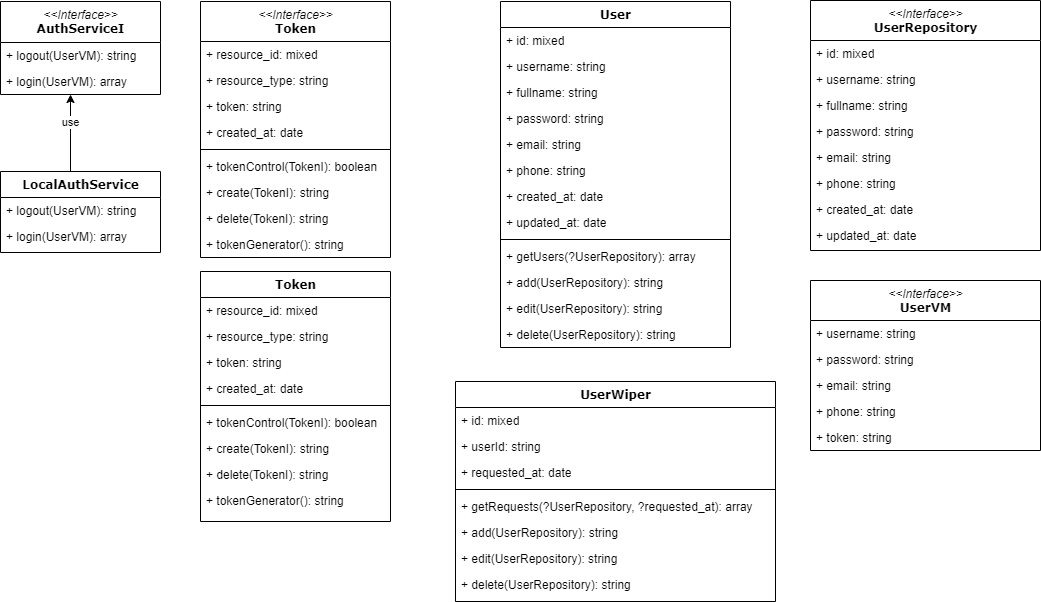
The draw.io diagram UML/Auth, User Diagram.drawio.png in hasanuyanik/news-web-app, before a commit. Source tidied: cells renumbered, new cells last; positions are measured from the earlier drawing's top-left corner, leaving out a move shared by most shapes.
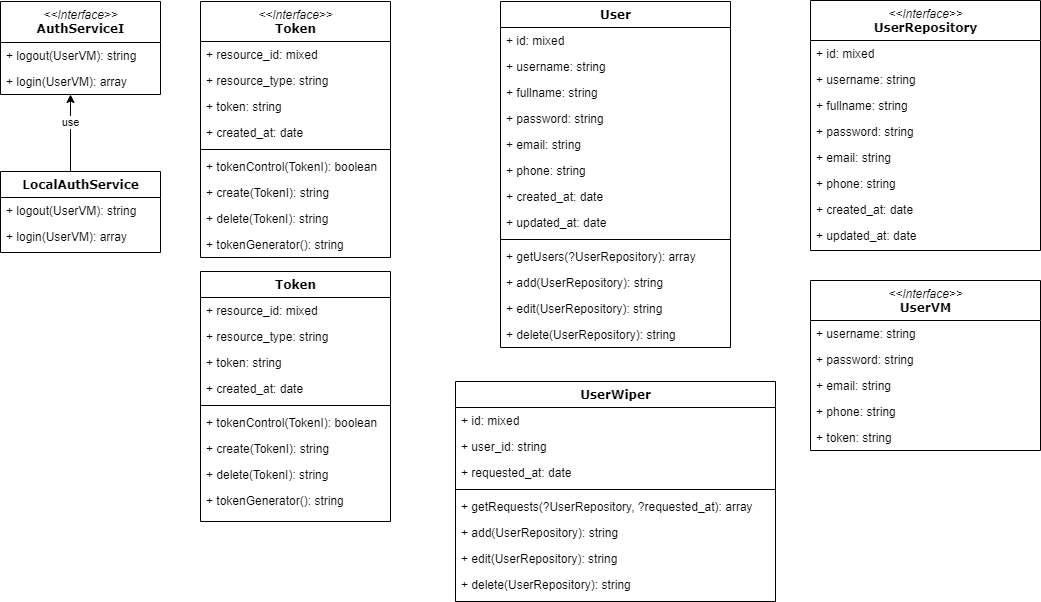
Later version of the same file.

What changed in the source:
```diff
@@ -109,7 +109,7 @@
     <mxCell id="35" value="+ id: mixed" style="text;html=1;strokeColor=none;fillColor=none;align=left;verticalAlign=top;spacingLeft=4;spacingRight=4;whiteSpace=wrap;overflow=hidden;" parent="34" vertex="1">
       <mxGeometry y="26" width="320" height="26" as="geometry" />
     </mxCell>
-    <mxCell id="36" value="+ userId: string" style="text;html=1;strokeColor=none;fillColor=none;align=left;verticalAlign=top;spacingLeft=4;spacingRight=4;whiteSpace=wrap;overflow=hidden;" parent="34" vertex="1">
+    <mxCell id="36" value="+ user_id: string" style="text;html=1;strokeColor=none;fillColor=none;align=left;verticalAlign=top;spacingLeft=4;spacingRight=4;whiteSpace=wrap;overflow=hidden;" parent="34" vertex="1">
       <mxGeometry y="52" width="320" height="26" as="geometry" />
     </mxCell>
     <mxCell id="37" value="+ requested_at: date" style="text;html=1;strokeColor=none;fillColor=none;align=left;verticalAlign=top;spacingLeft=4;spacingRight=4;whiteSpace=wrap;overflow=hidden;" parent="34" vertex="1">
```
